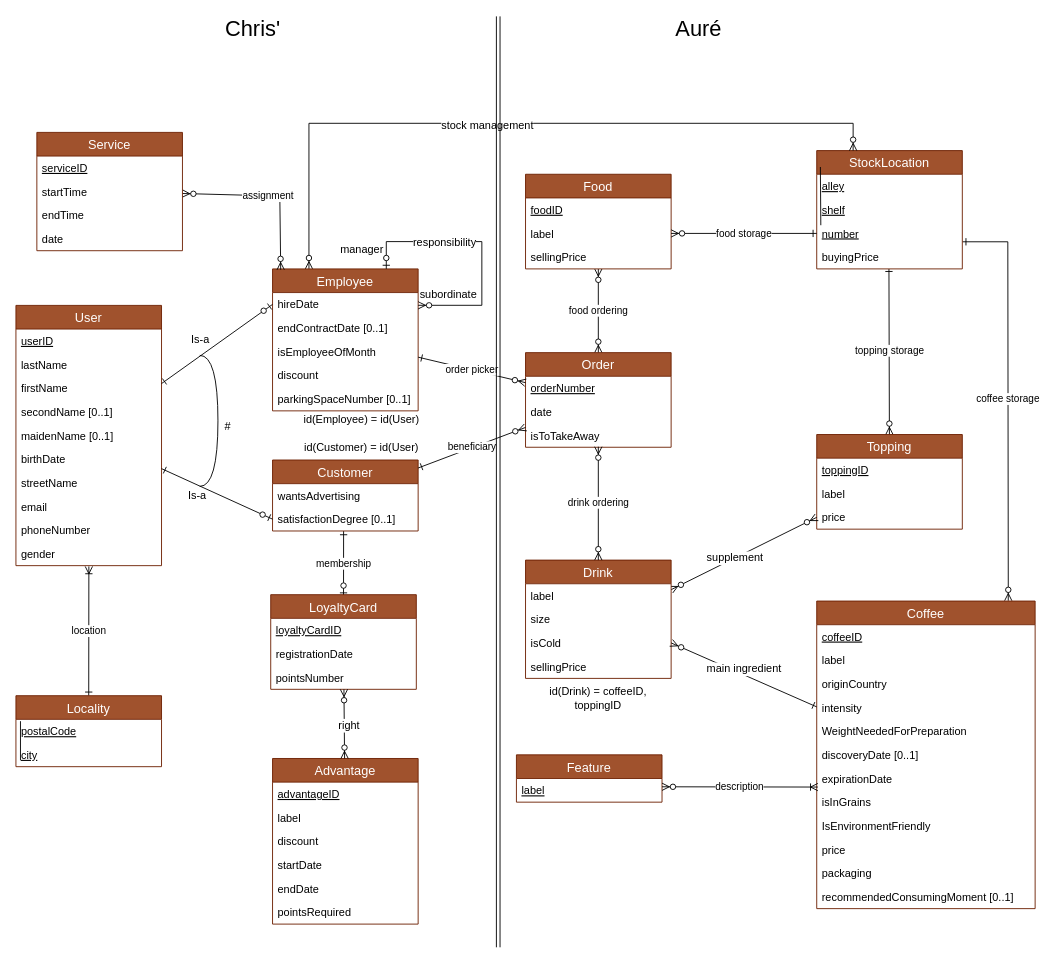
Before: SchemaEA.drawio in DrakeXorn/CoffIG, a draw.io diagram. Source tidied: cells renumbered, new cells numbered last; positions are measured from the earlier drawing's top-left corner, leaving out a move shared by most shapes. Both pictures are drawn from the tidied source at 91%, with x=0, y=0 at pixel (15, 15).
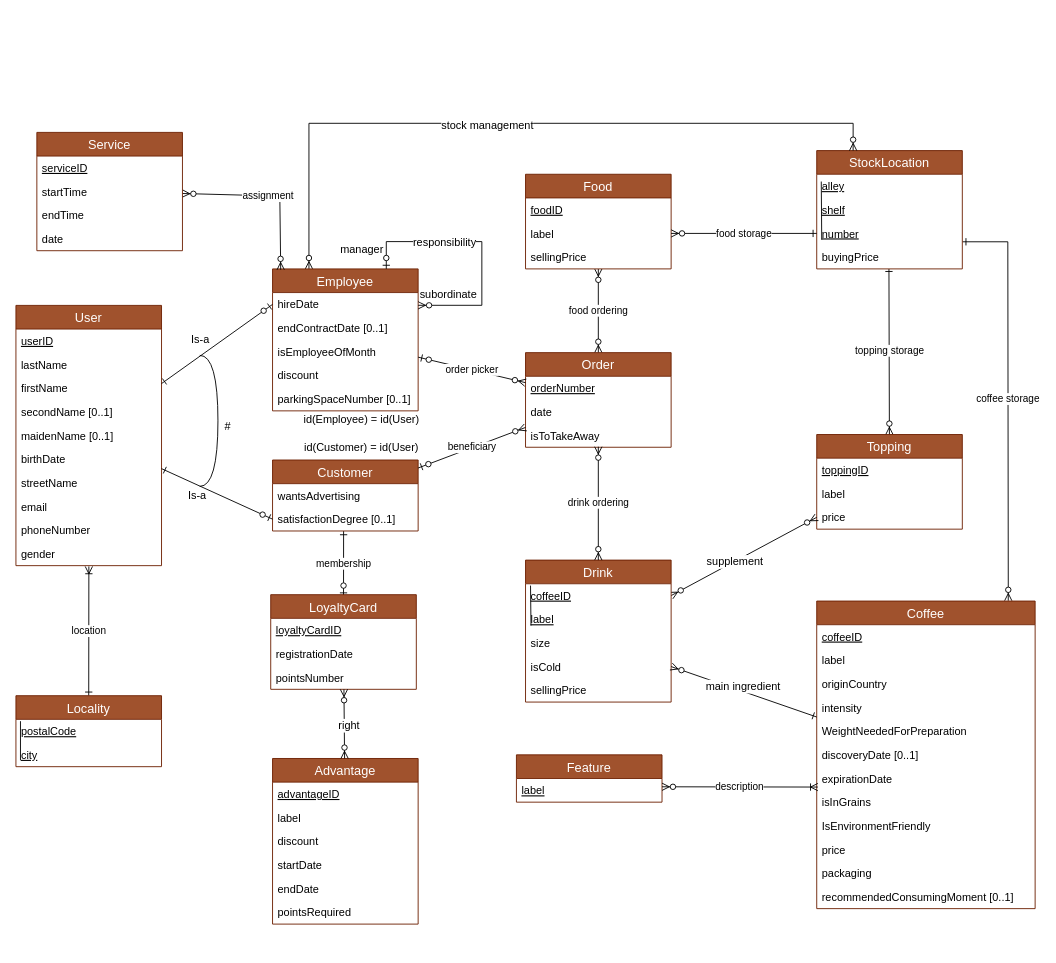
Above is the later version.

The change refers to these unchanged cells:
```xml
<mxCell id="3" value="Order" style="swimlane;fontStyle=0;horizontal=1;startSize=26;fillColor=#a0522d;swimlaneFillColor=#ffffff;align=center;fontSize=14;strokeColor=#6D1F00;fontColor=#ffffff;" parent="1" vertex="1">
  <mxGeometry x="560" y="370" width="160" height="104" as="geometry" />
</mxCell>
<mxCell id="62" value="Customer" style="swimlane;fontStyle=0;horizontal=1;startSize=26;fillColor=#a0522d;swimlaneFillColor=#ffffff;align=center;fontSize=14;strokeColor=#6D1F00;fontColor=#ffffff;" parent="1" vertex="1">
  <mxGeometry x="282" y="488" width="160" height="78" as="geometry" />
</mxCell>
<mxCell id="67" value="Employee" style="swimlane;fontStyle=0;horizontal=1;startSize=26;fillColor=#a0522d;swimlaneFillColor=#ffffff;align=center;fontSize=14;strokeColor=#6D1F00;fontColor=#ffffff;" parent="1" vertex="1">
  <mxGeometry x="282" y="278" width="160" height="156" as="geometry" />
</mxCell>
```

What changed in the source:
```diff
@@
     <mxCell id="18" value="Drink" style="swimlane;fontStyle=0;horizontal=1;startSize=26;fillColor=#a0522d;swimlaneFillColor=#ffffff;align=center;fontSize=14;strokeColor=#6D1F00;fontColor=#ffffff;" parent="1" vertex="1">
-      <mxGeometry x="560" y="598" width="160" height="130" as="geometry" />
+      <mxGeometry x="560" y="598" width="160" height="156" as="geometry" />
     </mxCell>
+    <mxCell id="115" value="coffeeID" style="text;strokeColor=none;fillColor=none;spacingLeft=4;spacingRight=4;overflow=hidden;fontSize=12;fontStyle=4;" parent="18" vertex="1">
+      <mxGeometry y="26" width="160" height="26" as="geometry" />
+    </mxCell>
-    <mxCell id="19" value="label" style="text;strokeColor=none;fillColor=none;spacingLeft=4;spacingRight=4;overflow=hidden;fontSize=12;" parent="18" vertex="1">
-      <mxGeometry y="26" width="160" height="26" as="geometry" />
+    <mxCell id="19" value="label" style="text;strokeColor=none;fillColor=none;spacingLeft=4;spacingRight=4;overflow=hidden;fontSize=12;fontStyle=4;" parent="18" vertex="1">
+      <mxGeometry y="52" width="160" height="26" as="geometry" />
     </mxCell>
     <mxCell id="20" value="size" style="text;strokeColor=none;fillColor=none;spacingLeft=4;spacingRight=4;overflow=hidden;fontSize=12;" parent="18" vertex="1">
-      <mxGeometry y="52" width="160" height="26" as="geometry" />
+      <mxGeometry y="78" width="160" height="26" as="geometry" />
     </mxCell>
     <mxCell id="21" value="isCold" style="text;strokeColor=none;fillColor=none;spacingLeft=4;spacingRight=4;overflow=hidden;points=[[0,0.5],[1,0.5]];portConstraint=eastwest;fontSize=12;" parent="18" vertex="1">
-      <mxGeometry y="78" width="160" height="26" as="geometry" />
+      <mxGeometry y="104" width="160" height="26" as="geometry" />
     </mxCell>
     <mxCell id="22" value="sellingPrice" style="text;strokeColor=none;fillColor=none;spacingLeft=4;spacingRight=4;overflow=hidden;fontSize=12;" parent="18" vertex="1">
-      <mxGeometry y="104" width="160" height="26" as="geometry" />
+      <mxGeometry y="130" width="160" height="26" as="geometry" />
     </mxCell>
@@
-    <mxCell id="44" value="id(Drink) = coffeeID, toppingID" style="text;html=1;strokeColor=none;fillColor=none;align=center;verticalAlign=middle;whiteSpace=wrap;rounded=0;" parent="1" vertex="1">
-      <mxGeometry x="565" y="740" width="150" height="20" as="geometry" />
-    </mxCell>
@@
     <mxCell id="94" style="endArrow=none;html=1;" parent="1" edge="1">
       <mxGeometry relative="1" as="geometry">
-        <mxPoint x="884.5" y="230" as="sourcePoint" />
-        <mxPoint x="884" y="166" as="targetPoint" />
+        <mxPoint x="885.5" y="246" as="sourcePoint" />
+        <mxPoint x="885" y="182" as="targetPoint" />
       </mxGeometry>
     </mxCell>
@@
-    <mxCell id="96" value="beneficiary" style="edgeStyle=none;rounded=0;jettySize=auto;html=1;startArrow=ERzeroToMany;startFill=1;endArrow=ERone;endFill=0;" parent="1" edge="1" source="3" target="62">
+    <mxCell id="96" value="beneficiary" style="edgeStyle=none;rounded=0;jettySize=auto;html=1;startArrow=ERzeroToMany;startFill=1;endArrow=ERzeroToOne;endFill=1;" parent="1" edge="1" source="3" target="62">
       <mxGeometry relative="1" as="geometry" />
     </mxCell>
-    <mxCell id="97" value="order picker" style="edgeStyle=none;rounded=0;jettySize=auto;html=1;startArrow=ERzeroToMany;startFill=1;endArrow=ERone;endFill=0;" parent="1" edge="1" source="3" target="67">
+    <mxCell id="97" value="order picker" style="edgeStyle=none;rounded=0;jettySize=auto;html=1;startArrow=ERzeroToMany;startFill=1;endArrow=ERzeroToOne;endFill=1;" parent="1" edge="1" source="3" target="67">
       <mxGeometry relative="1" as="geometry" />
     </mxCell>
@@
-    <mxCell id="112" style="shape=link;html=1;" parent="1" edge="1">
-      <mxGeometry relative="1" as="geometry">
-        <mxPoint x="530" y="0.5" as="sourcePoint" />
-        <mxPoint x="530" y="1023.5" as="targetPoint" />
-      </mxGeometry>
-    </mxCell>
-    <mxCell id="113" value="&lt;font style=&quot;font-size: 24px&quot;&gt;Chris'&lt;/font&gt;" style="text;html=1;align=center;verticalAlign=middle;" parent="1" vertex="1">
-      <mxGeometry x="220" y="5" width="80" height="20" as="geometry" />
-    </mxCell>
-    <mxCell id="114" value="&lt;font style=&quot;font-size: 24px&quot;&gt;Auré&lt;/font&gt;" style="text;html=1;align=center;verticalAlign=middle;" parent="1" vertex="1">
-      <mxGeometry x="715" y="5" width="70" height="20" as="geometry" />
-    </mxCell>
+    <mxCell id="116" style="endArrow=none;html=1;" parent="1" edge="1">
+      <mxGeometry relative="1" as="geometry">
+        <mxPoint x="566" y="670" as="sourcePoint" />
+        <mxPoint x="565.5" y="626" as="targetPoint" />
+      </mxGeometry>
+    </mxCell>
```
